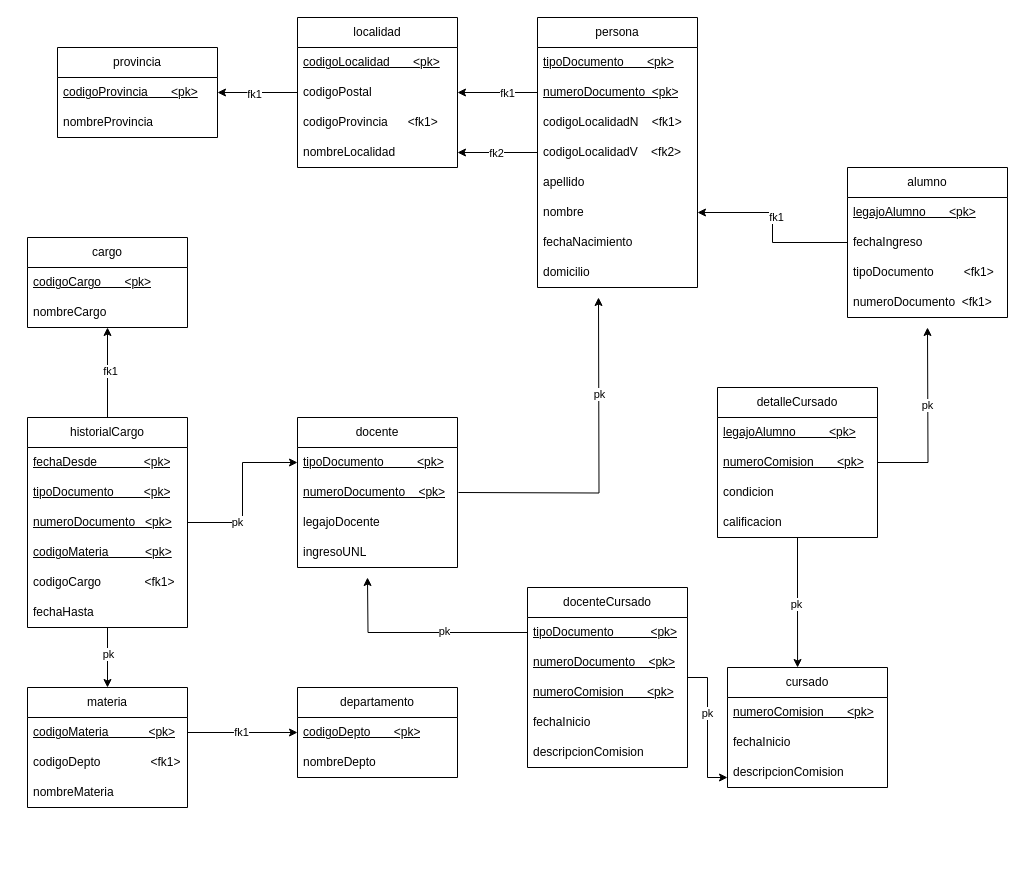
This is UmlFisico/Practicas/Untitled Diagram.drawio from Logan6422/UMLDiagrams, a draw.io file, before an edit. Source tidied: cells renumbered, new cells numbered last; positions are measured from the earlier drawing's top-left corner, leaving out a move shared by most shapes. Both pictures are drawn from the tidied source at 100%, with x=0, y=0 at pixel (27, 17).
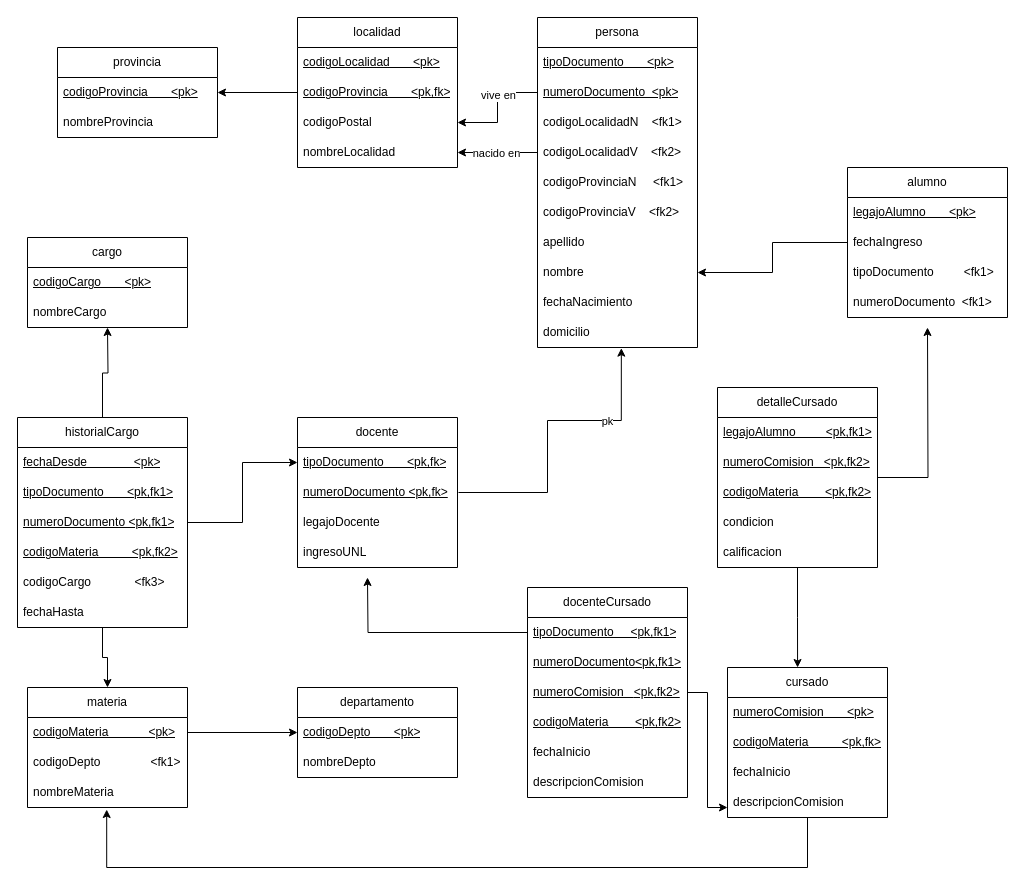
The same page after the edit.

Commit message:
Corrected Version (Alumnado CN)

Unchanged cells that the change refers to:
```xml
<mxCell id="11" style="edgeStyle=orthogonalEdgeStyle;rounded=0;jettySize=auto;html=1;entryX=1;entryY=0.5;entryDx=0;entryDy=0;" parent="1" edge="1" source="13" target="3">
  <mxGeometry relative="1" as="geometry" />
</mxCell>
<mxCell id="13" value="localidad" style="swimlane;fontStyle=0;horizontal=1;startSize=30;whiteSpace=wrap;html=1;" parent="1" vertex="1">
  <mxGeometry x="270" width="160" height="150" as="geometry" />
</mxCell>
<mxCell id="27" style="edgeStyle=orthogonalEdgeStyle;rounded=0;jettySize=auto;html=1;entryX=1;entryY=0.5;entryDx=0;entryDy=0;" parent="1" edge="1" source="20" target="15">
  <mxGeometry relative="1" as="geometry" />
</mxCell>
<mxCell id="31" value="docente" style="swimlane;fontStyle=0;horizontal=1;startSize=30;whiteSpace=wrap;html=1;" parent="1" vertex="1">
  <mxGeometry x="270" y="400" width="160" height="150" as="geometry" />
</mxCell>
<mxCell id="41" style="edgeStyle=orthogonalEdgeStyle;rounded=0;jettySize=auto;html=1;entryX=1;entryY=0.5;entryDx=0;entryDy=0;" parent="1" edge="1" source="36" target="24">
  <mxGeometry relative="1" as="geometry" />
</mxCell>
<mxCell id="43" style="edgeStyle=orthogonalEdgeStyle;rounded=0;jettySize=auto;html=1;entryX=1;entryY=0.5;entryDx=0;entryDy=0;" parent="1" edge="1" source="22" target="17">
  <mxGeometry relative="1" as="geometry" />
</mxCell>
<mxCell id="45" style="edgeStyle=orthogonalEdgeStyle;rounded=0;jettySize=auto;html=1;entryX=0;entryY=0.5;entryDx=0;entryDy=0;" parent="1" edge="1" source="51" target="32">
  <mxGeometry relative="1" as="geometry" />
</mxCell>
<mxCell id="47" style="edgeStyle=orthogonalEdgeStyle;rounded=0;jettySize=auto;html=1;" parent="1" edge="1" source="51">
  <mxGeometry relative="1" as="geometry">
    <mxPoint x="80" y="310" as="targetPoint" />
  </mxGeometry>
</mxCell>
<mxCell id="49" style="edgeStyle=orthogonalEdgeStyle;rounded=0;jettySize=auto;html=1;entryX=0.5;entryY=0;entryDx=0;entryDy=0;" parent="1" edge="1" source="51" target="58">
  <mxGeometry relative="1" as="geometry" />
</mxCell>
<mxCell id="61" value="&lt;div&gt;nombreMateria&lt;/div&gt;" style="text;strokeColor=none;fillColor=none;align=left;verticalAlign=middle;spacingLeft=4;spacingRight=4;overflow=hidden;points=[[0,0.5],[1,0.5]];portConstraint=eastwest;whiteSpace=wrap;html=1;" parent="58" vertex="1">
  <mxGeometry y="90" width="160" height="30" as="geometry" />
</mxCell>
<mxCell id="62" style="edgeStyle=orthogonalEdgeStyle;rounded=0;jettySize=auto;html=1;entryX=0;entryY=0.5;entryDx=0;entryDy=0;" parent="1" edge="1" source="59" target="8">
  <mxGeometry relative="1" as="geometry" />
</mxCell>
<mxCell id="69" style="edgeStyle=orthogonalEdgeStyle;rounded=0;jettySize=auto;html=1;" parent="68" edge="1" source="71">
  <mxGeometry relative="1" as="geometry">
    <mxPoint x="-160" y="-10" as="targetPoint" />
  </mxGeometry>
</mxCell>
<mxCell id="76" style="edgeStyle=orthogonalEdgeStyle;rounded=0;jettySize=auto;html=1;" parent="1" edge="1" source="78">
  <mxGeometry relative="1" as="geometry">
    <mxPoint x="900" y="310" as="targetPoint" />
  </mxGeometry>
</mxCell>
<mxCell id="83" style="edgeStyle=orthogonalEdgeStyle;rounded=0;jettySize=auto;html=1;entryX=0.438;entryY=0;entryDx=0;entryDy=0;entryPerimeter=0;" parent="1" edge="1" source="78" target="64">
  <mxGeometry relative="1" as="geometry" />
</mxCell>
<mxCell id="85" style="edgeStyle=orthogonalEdgeStyle;rounded=0;jettySize=auto;html=1;entryX=0;entryY=0.667;entryDx=0;entryDy=0;entryPerimeter=0;" parent="1" edge="1" source="68" target="67">
  <mxGeometry relative="1" as="geometry" />
</mxCell>
```

What changed in the source:
```diff
@@
-    <mxCell id="12" value="fk1" style="edgeLabel;html=1;align=center;verticalAlign=middle;" parent="11" vertex="1">
-      <mxGeometry x="0.09" y="1" relative="1" as="geometry" />
-    </mxCell>
@@
+    <mxCell id="87" value="&lt;u&gt;codigoProvincia&amp;nbsp;&amp;nbsp;&amp;nbsp;&amp;nbsp;&amp;nbsp;&amp;nbsp; &amp;lt;pk,fk&amp;gt;&lt;/u&gt;" style="text;strokeColor=none;fillColor=none;align=left;verticalAlign=middle;spacingLeft=4;spacingRight=4;overflow=hidden;whiteSpace=wrap;html=1;" parent="13" vertex="1">
+      <mxGeometry y="60" width="160" height="30" as="geometry" />
+    </mxCell>
     <mxCell id="15" value="codigoPostal" style="text;strokeColor=none;fillColor=none;align=left;verticalAlign=middle;spacingLeft=4;spacingRight=4;overflow=hidden;points=[[0,0.5],[1,0.5]];portConstraint=eastwest;whiteSpace=wrap;html=1;" parent="13" vertex="1">
-      <mxGeometry y="60" width="160" height="30" as="geometry" />
+      <mxGeometry y="90" width="160" height="30" as="geometry" />
     </mxCell>
-    <mxCell id="16" value="codigoProvincia&amp;nbsp;&amp;nbsp;&amp;nbsp;&amp;nbsp;&amp;nbsp; &amp;lt;fk1&amp;gt;" style="text;strokeColor=none;fillColor=none;align=left;verticalAlign=middle;spacingLeft=4;spacingRight=4;overflow=hidden;whiteSpace=wrap;html=1;" parent="13" vertex="1">
-      <mxGeometry y="90" width="160" height="30" as="geometry" />
-    </mxCell>
@@
     <mxCell id="18" value="persona" style="swimlane;fontStyle=0;horizontal=1;startSize=30;whiteSpace=wrap;html=1;" parent="1" vertex="1">
-      <mxGeometry x="510" width="160" height="270" as="geometry" />
+      <mxGeometry x="510" width="160" height="330" as="geometry" />
     </mxCell>
@@
+    <mxCell id="88" value="codigoProvinciaN &amp;nbsp;&amp;nbsp;&amp;nbsp; &amp;lt;fk1&amp;gt;" style="text;strokeColor=none;fillColor=none;align=left;verticalAlign=middle;spacingLeft=4;spacingRight=4;overflow=hidden;whiteSpace=wrap;html=1;" parent="18" vertex="1">
+      <mxGeometry y="150" width="160" height="30" as="geometry" />
+    </mxCell>
+    <mxCell id="89" value="codigoProvinciaV&amp;nbsp;&amp;nbsp;&amp;nbsp; &amp;lt;fk2&amp;gt;" style="text;strokeColor=none;fillColor=none;align=left;verticalAlign=middle;spacingLeft=4;spacingRight=4;overflow=hidden;whiteSpace=wrap;html=1;" parent="18" vertex="1">
+      <mxGeometry y="180" width="160" height="30" as="geometry" />
+    </mxCell>
     <mxCell id="23" value="apellido" style="text;strokeColor=none;fillColor=none;align=left;verticalAlign=middle;spacingLeft=4;spacingRight=4;overflow=hidden;whiteSpace=wrap;html=1;" parent="18" vertex="1">
-      <mxGeometry y="150" width="160" height="30" as="geometry" />
+      <mxGeometry y="210" width="160" height="30" as="geometry" />
     </mxCell>
     <mxCell id="24" value="nombre" style="text;strokeColor=none;fillColor=none;align=left;verticalAlign=middle;spacingLeft=4;spacingRight=4;overflow=hidden;points=[[0,0.5],[1,0.5]];portConstraint=eastwest;whiteSpace=wrap;html=1;" parent="18" vertex="1">
-      <mxGeometry y="180" width="160" height="30" as="geometry" />
+      <mxGeometry y="240" width="160" height="30" as="geometry" />
     </mxCell>
     <mxCell id="25" value="fechaNacimiento" style="text;strokeColor=none;fillColor=none;align=left;verticalAlign=middle;spacingLeft=4;spacingRight=4;overflow=hidden;whiteSpace=wrap;html=1;" parent="18" vertex="1">
-      <mxGeometry y="210" width="160" height="30" as="geometry" />
+      <mxGeometry y="270" width="160" height="30" as="geometry" />
     </mxCell>
     <mxCell id="26" value="&lt;div&gt;domicilio&lt;/div&gt;" style="text;strokeColor=none;fillColor=none;align=left;verticalAlign=middle;spacingLeft=4;spacingRight=4;overflow=hidden;points=[[0,0.5],[1,0.5]];portConstraint=eastwest;whiteSpace=wrap;html=1;" parent="18" vertex="1">
-      <mxGeometry y="240" width="160" height="30" as="geometry" />
+      <mxGeometry y="300" width="160" height="30" as="geometry" />
     </mxCell>
@@
-    <mxCell id="28" value="fk1" style="edgeLabel;html=1;align=center;verticalAlign=middle;" parent="27" vertex="1">
+    <mxCell id="28" value="vive en" style="edgeLabel;html=1;align=center;verticalAlign=middle;" parent="27" vertex="1">
       <mxGeometry x="-0.23" relative="1" as="geometry" />
     </mxCell>
-    <mxCell id="29" style="edgeStyle=orthogonalEdgeStyle;rounded=0;orthogonalLoop=1;jettySize=auto;html=1;" parent="1" edge="1">
+    <mxCell id="29" style="edgeStyle=orthogonalEdgeStyle;rounded=0;jettySize=auto;html=1;entryX=0.524;entryY=1.022;entryDx=0;entryDy=0;entryPerimeter=0;" parent="1" edge="1" target="26">
       <mxGeometry relative="1" as="geometry">
         <mxPoint x="431" y="475" as="sourcePoint" />
-        <mxPoint x="571" y="280" as="targetPoint" />
+        <Array as="points">
+          <mxPoint x="520" y="475" />
+          <mxPoint x="520" y="403" />
+          <mxPoint x="594" y="403" />
+        </Array>
       </mxGeometry>
     </mxCell>
@@
-    <mxCell id="32" value="&lt;u&gt;tipoDocumento &amp;nbsp;&amp;nbsp; &amp;nbsp;&amp;nbsp;&amp;nbsp;&amp;nbsp;&amp;nbsp; &amp;lt;pk&amp;gt;&lt;/u&gt;" style="text;strokeColor=none;fillColor=none;align=left;verticalAlign=middle;spacingLeft=4;spacingRight=4;overflow=hidden;points=[[0,0.5],[1,0.5]];portConstraint=eastwest;whiteSpace=wrap;html=1;" parent="31" vertex="1">
+    <mxCell id="32" value="&lt;u&gt;tipoDocumento &amp;nbsp;&amp;nbsp; &amp;nbsp;&amp;nbsp; &amp;lt;pk,fk&amp;gt;&lt;/u&gt;" style="text;strokeColor=none;fillColor=none;align=left;verticalAlign=middle;spacingLeft=4;spacingRight=4;overflow=hidden;points=[[0,0.5],[1,0.5]];portConstraint=eastwest;whiteSpace=wrap;html=1;" parent="31" vertex="1">
       <mxGeometry y="30" width="160" height="30" as="geometry" />
     </mxCell>
-    <mxCell id="33" value="&lt;u&gt;numeroDocumento&amp;nbsp;&amp;nbsp;&amp;nbsp; &amp;lt;pk&amp;gt;&lt;/u&gt;" style="text;strokeColor=none;fillColor=none;align=left;verticalAlign=middle;spacingLeft=4;spacingRight=4;overflow=hidden;whiteSpace=wrap;html=1;" parent="31" vertex="1">
+    <mxCell id="33" value="&lt;u&gt;numeroDocumento &amp;lt;pk,fk&amp;gt;&lt;/u&gt;" style="text;strokeColor=none;fillColor=none;align=left;verticalAlign=middle;spacingLeft=4;spacingRight=4;overflow=hidden;whiteSpace=wrap;html=1;" parent="31" vertex="1">
       <mxGeometry y="60" width="160" height="30" as="geometry" />
     </mxCell>
@@
-    <mxCell id="42" value="fk1" style="edgeLabel;html=1;align=center;verticalAlign=middle;" parent="41" vertex="1">
-      <mxGeometry x="0.12" y="-3" relative="1" as="geometry" />
-    </mxCell>
@@
-    <mxCell id="44" value="fk2" style="edgeLabel;html=1;align=center;verticalAlign=middle;" parent="43" vertex="1">
+    <mxCell id="44" value="nacido en" style="edgeLabel;html=1;align=center;verticalAlign=middle;" parent="43" vertex="1">
       <mxGeometry x="0.04" relative="1" as="geometry" />
     </mxCell>
@@
-    <mxCell id="46" value="pk" style="edgeLabel;html=1;align=center;verticalAlign=middle;" parent="45" vertex="1">
-      <mxGeometry x="-0.42" y="1" relative="1" as="geometry" />
-    </mxCell>
@@
-    <mxCell id="48" value="fk1" style="edgeLabel;html=1;align=center;verticalAlign=middle;" parent="47" vertex="1">
-      <mxGeometry x="0.03" y="-2" relative="1" as="geometry" />
-    </mxCell>
@@
-    <mxCell id="50" value="pk" style="edgeLabel;html=1;align=center;verticalAlign=middle;" parent="49" vertex="1">
-      <mxGeometry x="-0.15" relative="1" as="geometry" />
-    </mxCell>
     <mxCell id="51" value="historialCargo" style="swimlane;fontStyle=0;horizontal=1;startSize=30;whiteSpace=wrap;html=1;" parent="1" vertex="1">
-      <mxGeometry y="400" width="160" height="210" as="geometry" />
+      <mxGeometry x="-10" y="400" width="170" height="210" as="geometry" />
     </mxCell>
     <mxCell id="52" value="&lt;u&gt;fechaDesde &amp;nbsp;&amp;nbsp;&amp;nbsp;&amp;nbsp;&amp;nbsp;&amp;nbsp;&amp;nbsp;&amp;nbsp;&amp;nbsp;&amp;nbsp;&amp;nbsp;&amp;nbsp; &amp;lt;pk&amp;gt;&lt;/u&gt;" style="text;strokeColor=none;fillColor=none;align=left;verticalAlign=middle;spacingLeft=4;spacingRight=4;overflow=hidden;whiteSpace=wrap;html=1;" parent="51" vertex="1">
-      <mxGeometry y="30" width="160" height="30" as="geometry" />
+      <mxGeometry y="30" width="170" height="30" as="geometry" />
     </mxCell>
-    <mxCell id="53" value="&lt;u&gt;tipoDocumento&amp;nbsp;&amp;nbsp;&amp;nbsp;&amp;nbsp;&amp;nbsp;&amp;nbsp;&amp;nbsp;&amp;nbsp; &amp;lt;pk&amp;gt;&lt;/u&gt;" style="text;strokeColor=none;fillColor=none;align=left;verticalAlign=middle;spacingLeft=4;spacingRight=4;overflow=hidden;whiteSpace=wrap;html=1;" parent="51" vertex="1">
-      <mxGeometry y="60" width="160" height="30" as="geometry" />
+    <mxCell id="53" value="&lt;u&gt;tipoDocumento&amp;nbsp;&amp;nbsp;&amp;nbsp;&amp;nbsp;&amp;nbsp;&amp;nbsp; &amp;lt;pk,fk1&amp;gt;&lt;/u&gt;" style="text;strokeColor=none;fillColor=none;align=left;verticalAlign=middle;spacingLeft=4;spacingRight=4;overflow=hidden;whiteSpace=wrap;html=1;" parent="51" vertex="1">
+      <mxGeometry y="60" width="170" height="30" as="geometry" />
     </mxCell>
-    <mxCell id="54" value="&lt;u&gt;numeroDocumento&amp;nbsp;&amp;nbsp; &amp;lt;pk&amp;gt;&lt;/u&gt;" style="text;strokeColor=none;fillColor=none;align=left;verticalAlign=middle;spacingLeft=4;spacingRight=4;overflow=hidden;whiteSpace=wrap;html=1;" parent="51" vertex="1">
-      <mxGeometry y="90" width="160" height="30" as="geometry" />
+    <mxCell id="54" value="&lt;u&gt;numeroDocumento &amp;lt;pk,fk1&amp;gt;&lt;/u&gt;" style="text;strokeColor=none;fillColor=none;align=left;verticalAlign=middle;spacingLeft=4;spacingRight=4;overflow=hidden;whiteSpace=wrap;html=1;" parent="51" vertex="1">
+      <mxGeometry y="90" width="170" height="30" as="geometry" />
     </mxCell>
-    <mxCell id="55" value="&lt;u&gt;codigoMateria &amp;nbsp;&amp;nbsp;&amp;nbsp;&amp;nbsp;&amp;nbsp;&amp;nbsp;&amp;nbsp;&amp;nbsp;&amp;nbsp; &amp;lt;pk&amp;gt;&lt;/u&gt;" style="text;strokeColor=none;fillColor=none;align=left;verticalAlign=middle;spacingLeft=4;spacingRight=4;overflow=hidden;whiteSpace=wrap;html=1;" parent="51" vertex="1">
-      <mxGeometry y="120" width="160" height="30" as="geometry" />
+    <mxCell id="55" value="&lt;u&gt;codigoMateria &amp;nbsp;&amp;nbsp;&amp;nbsp;&amp;nbsp;&amp;nbsp;&amp;nbsp;&amp;nbsp;&amp;nbsp; &amp;lt;pk,fk2&amp;gt;&lt;/u&gt;" style="text;strokeColor=none;fillColor=none;align=left;verticalAlign=middle;spacingLeft=4;spacingRight=4;overflow=hidden;whiteSpace=wrap;html=1;" parent="51" vertex="1">
+      <mxGeometry y="120" width="170" height="30" as="geometry" />
     </mxCell>
-    <mxCell id="56" value="codigoCargo &amp;nbsp; &amp;nbsp; &amp;nbsp; &amp;nbsp; &amp;nbsp; &amp;nbsp; &amp;lt;fk1&amp;gt;" style="text;strokeColor=none;fillColor=none;align=left;verticalAlign=middle;spacingLeft=4;spacingRight=4;overflow=hidden;whiteSpace=wrap;html=1;" parent="51" vertex="1">
-      <mxGeometry y="150" width="160" height="30" as="geometry" />
+    <mxCell id="56" value="codigoCargo &amp;nbsp; &amp;nbsp; &amp;nbsp; &amp;nbsp; &amp;nbsp; &amp;nbsp; &amp;lt;fk3&amp;gt;" style="text;strokeColor=none;fillColor=none;align=left;verticalAlign=middle;spacingLeft=4;spacingRight=4;overflow=hidden;whiteSpace=wrap;html=1;" parent="51" vertex="1">
+      <mxGeometry y="150" width="170" height="30" as="geometry" />
     </mxCell>
     <mxCell id="57" value="fechaHasta" style="text;strokeColor=none;fillColor=none;align=left;verticalAlign=middle;spacingLeft=4;spacingRight=4;overflow=hidden;whiteSpace=wrap;html=1;" parent="51" vertex="1">
-      <mxGeometry y="180" width="160" height="30" as="geometry" />
+      <mxGeometry y="180" width="170" height="30" as="geometry" />
     </mxCell>
@@
-    <mxCell id="63" value="fk1" style="edgeLabel;html=1;align=center;verticalAlign=middle;" parent="62" vertex="1">
-      <mxGeometry x="-0.03" y="1" relative="1" as="geometry" />
-    </mxCell>
     <mxCell id="64" value="cursado" style="swimlane;fontStyle=0;horizontal=1;startSize=30;whiteSpace=wrap;html=1;" parent="1" vertex="1">
-      <mxGeometry x="700" y="650" width="160" height="120" as="geometry" />
+      <mxGeometry x="700" y="650" width="160" height="150" as="geometry" />
     </mxCell>
@@
+    <mxCell id="90" value="&lt;u&gt;codigoMateria &amp;nbsp;&amp;nbsp;&amp;nbsp;&amp;nbsp; &amp;nbsp; &amp;nbsp; &amp;lt;pk,fk&amp;gt;&lt;/u&gt;" style="text;strokeColor=none;fillColor=none;align=left;verticalAlign=middle;spacingLeft=4;spacingRight=4;overflow=hidden;whiteSpace=wrap;html=1;" parent="64" vertex="1">
+      <mxGeometry y="60" width="160" height="30" as="geometry" />
+    </mxCell>
     <mxCell id="66" value="fechaInicio" style="text;strokeColor=none;fillColor=none;align=left;verticalAlign=middle;spacingLeft=4;spacingRight=4;overflow=hidden;whiteSpace=wrap;html=1;" parent="64" vertex="1">
-      <mxGeometry y="60" width="160" height="30" as="geometry" />
+      <mxGeometry y="90" width="160" height="30" as="geometry" />
     </mxCell>
     <mxCell id="67" value="descripcionComision" style="text;strokeColor=none;fillColor=none;align=left;verticalAlign=middle;spacingLeft=4;spacingRight=4;overflow=hidden;points=[[0,0.5],[1,0.5]];portConstraint=eastwest;whiteSpace=wrap;html=1;" parent="64" vertex="1">
-      <mxGeometry y="90" width="160" height="30" as="geometry" />
+      <mxGeometry y="120" width="160" height="30" as="geometry" />
     </mxCell>
     <mxCell id="68" value="docenteCursado" style="swimlane;fontStyle=0;horizontal=1;startSize=30;whiteSpace=wrap;html=1;" parent="1" vertex="1">
-      <mxGeometry x="500" y="570" width="160" height="180" as="geometry" />
+      <mxGeometry x="500" y="570" width="160" height="210" as="geometry" />
     </mxCell>
@@
-    <mxCell id="70" value="pk" style="edgeLabel;html=1;align=center;verticalAlign=middle;" parent="69" vertex="1">
-      <mxGeometry x="-0.22" y="-2" relative="1" as="geometry" />
-    </mxCell>
-    <mxCell id="71" value="&lt;u&gt;tipoDocumento &amp;nbsp;&amp;nbsp;&amp;nbsp;&amp;nbsp;&amp;nbsp;&amp;nbsp;&amp;nbsp;&amp;nbsp;&amp;nbsp; &amp;lt;pk&amp;gt;&lt;/u&gt;" style="text;strokeColor=none;fillColor=none;align=left;verticalAlign=middle;spacingLeft=4;spacingRight=4;overflow=hidden;points=[[0,0.5],[1,0.5]];portConstraint=eastwest;whiteSpace=wrap;html=1;" parent="68" vertex="1">
+    <mxCell id="71" value="&lt;u&gt;tipoDocumento &amp;nbsp;&amp;nbsp;&amp;nbsp; &amp;lt;pk,fk1&amp;gt;&lt;/u&gt;" style="text;strokeColor=none;fillColor=none;align=left;verticalAlign=middle;spacingLeft=4;spacingRight=4;overflow=hidden;points=[[0,0.5],[1,0.5]];portConstraint=eastwest;whiteSpace=wrap;html=1;" parent="68" vertex="1">
       <mxGeometry y="30" width="160" height="30" as="geometry" />
     </mxCell>
-    <mxCell id="72" value="&lt;u&gt;numeroDocumento&amp;nbsp;&amp;nbsp;&amp;nbsp; &amp;lt;pk&amp;gt;&lt;/u&gt;" style="text;strokeColor=none;fillColor=none;align=left;verticalAlign=middle;spacingLeft=4;spacingRight=4;overflow=hidden;whiteSpace=wrap;html=1;" parent="68" vertex="1">
+    <mxCell id="72" value="&lt;u&gt;numeroDocumento&lt;/u&gt;&lt;u&gt;&amp;lt;pk,fk1&amp;gt;&lt;/u&gt;" style="text;strokeColor=none;fillColor=none;align=left;verticalAlign=middle;spacingLeft=4;spacingRight=4;overflow=hidden;whiteSpace=wrap;html=1;" parent="68" vertex="1">
       <mxGeometry y="60" width="160" height="30" as="geometry" />
     </mxCell>
-    <mxCell id="73" value="&lt;u&gt;numeroComision &amp;nbsp;&amp;nbsp;&amp;nbsp;&amp;nbsp;&amp;nbsp; &amp;lt;pk&amp;gt;&lt;/u&gt;" style="text;strokeColor=none;fillColor=none;align=left;verticalAlign=middle;spacingLeft=4;spacingRight=4;overflow=hidden;whiteSpace=wrap;html=1;" parent="68" vertex="1">
+    <mxCell id="73" value="&lt;u&gt;numeroComision &amp;nbsp; &lt;/u&gt;&lt;u&gt; &amp;lt;pk,fk2&amp;gt;&lt;/u&gt;" style="text;strokeColor=none;fillColor=none;align=left;verticalAlign=middle;spacingLeft=4;spacingRight=4;overflow=hidden;whiteSpace=wrap;html=1;" parent="68" vertex="1">
       <mxGeometry y="90" width="160" height="30" as="geometry" />
     </mxCell>
+    <mxCell id="91" value="&lt;u&gt;codigoMateria &amp;nbsp;&amp;nbsp;&amp;nbsp;&amp;nbsp; &amp;nbsp; &amp;lt;pk,fk2&amp;gt;&lt;/u&gt;" style="text;strokeColor=none;fillColor=none;align=left;verticalAlign=middle;spacingLeft=4;spacingRight=4;overflow=hidden;whiteSpace=wrap;html=1;" parent="68" vertex="1">
+      <mxGeometry y="120" width="160" height="30" as="geometry" />
+    </mxCell>
     <mxCell id="74" value="fechaInicio" style="text;strokeColor=none;fillColor=none;align=left;verticalAlign=middle;spacingLeft=4;spacingRight=4;overflow=hidden;whiteSpace=wrap;html=1;" parent="68" vertex="1">
-      <mxGeometry y="120" width="160" height="30" as="geometry" />
+      <mxGeometry y="150" width="160" height="30" as="geometry" />
     </mxCell>
     <mxCell id="75" value="descripcionComision" style="text;strokeColor=none;fillColor=none;align=left;verticalAlign=middle;spacingLeft=4;spacingRight=4;overflow=hidden;whiteSpace=wrap;html=1;" parent="68" vertex="1">
-      <mxGeometry y="150" width="160" height="30" as="geometry" />
+      <mxGeometry y="180" width="160" height="30" as="geometry" />
     </mxCell>
@@
-    <mxCell id="77" value="pk" style="edgeLabel;html=1;align=center;verticalAlign=middle;" parent="76" vertex="1">
-      <mxGeometry x="0.16" y="1" relative="1" as="geometry" />
-    </mxCell>
     <mxCell id="78" value="detalleCursado" style="swimlane;fontStyle=0;horizontal=1;startSize=30;whiteSpace=wrap;html=1;" parent="1" vertex="1">
-      <mxGeometry x="690" y="370" width="160" height="150" as="geometry" />
+      <mxGeometry x="690" y="370" width="160" height="180" as="geometry" />
     </mxCell>
-    <mxCell id="79" value="&lt;u&gt;legajoAlumno &amp;nbsp;&amp;nbsp;&amp;nbsp;&amp;nbsp;&amp;nbsp;&amp;nbsp;&amp;nbsp;&amp;nbsp; &amp;lt;pk&amp;gt;&lt;/u&gt;" style="text;strokeColor=none;fillColor=none;align=left;verticalAlign=middle;spacingLeft=4;spacingRight=4;overflow=hidden;whiteSpace=wrap;html=1;" parent="78" vertex="1">
+    <mxCell id="79" value="&lt;u&gt;legajoAlumno &amp;nbsp;&amp;nbsp;&amp;nbsp;&amp;nbsp;&amp;nbsp;&amp;nbsp;&amp;nbsp; &amp;lt;pk,fk1&amp;gt;&lt;/u&gt;" style="text;strokeColor=none;fillColor=none;align=left;verticalAlign=middle;spacingLeft=4;spacingRight=4;overflow=hidden;whiteSpace=wrap;html=1;" parent="78" vertex="1">
       <mxGeometry y="30" width="160" height="30" as="geometry" />
     </mxCell>
-    <mxCell id="80" value="&lt;u&gt;numeroComision &amp;nbsp;&amp;nbsp;&amp;nbsp;&amp;nbsp;&amp;nbsp; &amp;lt;pk&amp;gt;&lt;/u&gt;" style="text;strokeColor=none;fillColor=none;align=left;verticalAlign=middle;spacingLeft=4;spacingRight=4;overflow=hidden;whiteSpace=wrap;html=1;" parent="78" vertex="1">
+    <mxCell id="80" value="&lt;u&gt;numeroComision &amp;nbsp; &amp;lt;pk,fk2&amp;gt;&lt;/u&gt;" style="text;strokeColor=none;fillColor=none;align=left;verticalAlign=middle;spacingLeft=4;spacingRight=4;overflow=hidden;whiteSpace=wrap;html=1;" parent="78" vertex="1">
       <mxGeometry y="60" width="160" height="30" as="geometry" />
     </mxCell>
+    <mxCell id="92" value="&lt;u&gt;codigoMateria &amp;nbsp;&amp;nbsp;&amp;nbsp;&amp;nbsp; &amp;nbsp; &amp;lt;pk,fk2&amp;gt;&lt;/u&gt;" style="text;strokeColor=none;fillColor=none;align=left;verticalAlign=middle;spacingLeft=4;spacingRight=4;overflow=hidden;whiteSpace=wrap;html=1;" parent="78" vertex="1">
+      <mxGeometry y="90" width="160" height="30" as="geometry" />
+    </mxCell>
     <mxCell id="81" value="condicion &amp;nbsp;&amp;nbsp;&amp;nbsp;&amp;nbsp;&amp;nbsp; " style="text;strokeColor=none;fillColor=none;align=left;verticalAlign=middle;spacingLeft=4;spacingRight=4;overflow=hidden;whiteSpace=wrap;html=1;" parent="78" vertex="1">
-      <mxGeometry y="90" width="160" height="30" as="geometry" />
+      <mxGeometry y="120" width="160" height="30" as="geometry" />
     </mxCell>
     <mxCell id="82" value="calificacion " style="text;strokeColor=none;fillColor=none;align=left;verticalAlign=middle;spacingLeft=4;spacingRight=4;overflow=hidden;whiteSpace=wrap;html=1;" parent="78" vertex="1">
-      <mxGeometry y="120" width="160" height="30" as="geometry" />
+      <mxGeometry y="150" width="160" height="30" as="geometry" />
     </mxCell>
@@
-    <mxCell id="84" value="pk" style="edgeLabel;html=1;align=center;verticalAlign=middle;" parent="83" vertex="1">
-      <mxGeometry x="0.03" y="-2" relative="1" as="geometry" />
-    </mxCell>
@@
-    <mxCell id="86" value="pk" style="edgeLabel;html=1;align=center;verticalAlign=middle;" parent="85" vertex="1">
-      <mxGeometry x="-0.21" y="-1" relative="1" as="geometry" />
-    </mxCell>
+    <mxCell id="93" style="edgeStyle=orthogonalEdgeStyle;rounded=0;jettySize=auto;html=1;entryX=0.495;entryY=1.067;entryDx=0;entryDy=0;entryPerimeter=0;" parent="1" edge="1" source="67" target="61">
+      <mxGeometry relative="1" as="geometry">
+        <Array as="points">
+          <mxPoint x="780" y="850" />
+          <mxPoint x="79" y="850" />
+        </Array>
+      </mxGeometry>
+    </mxCell>
```
